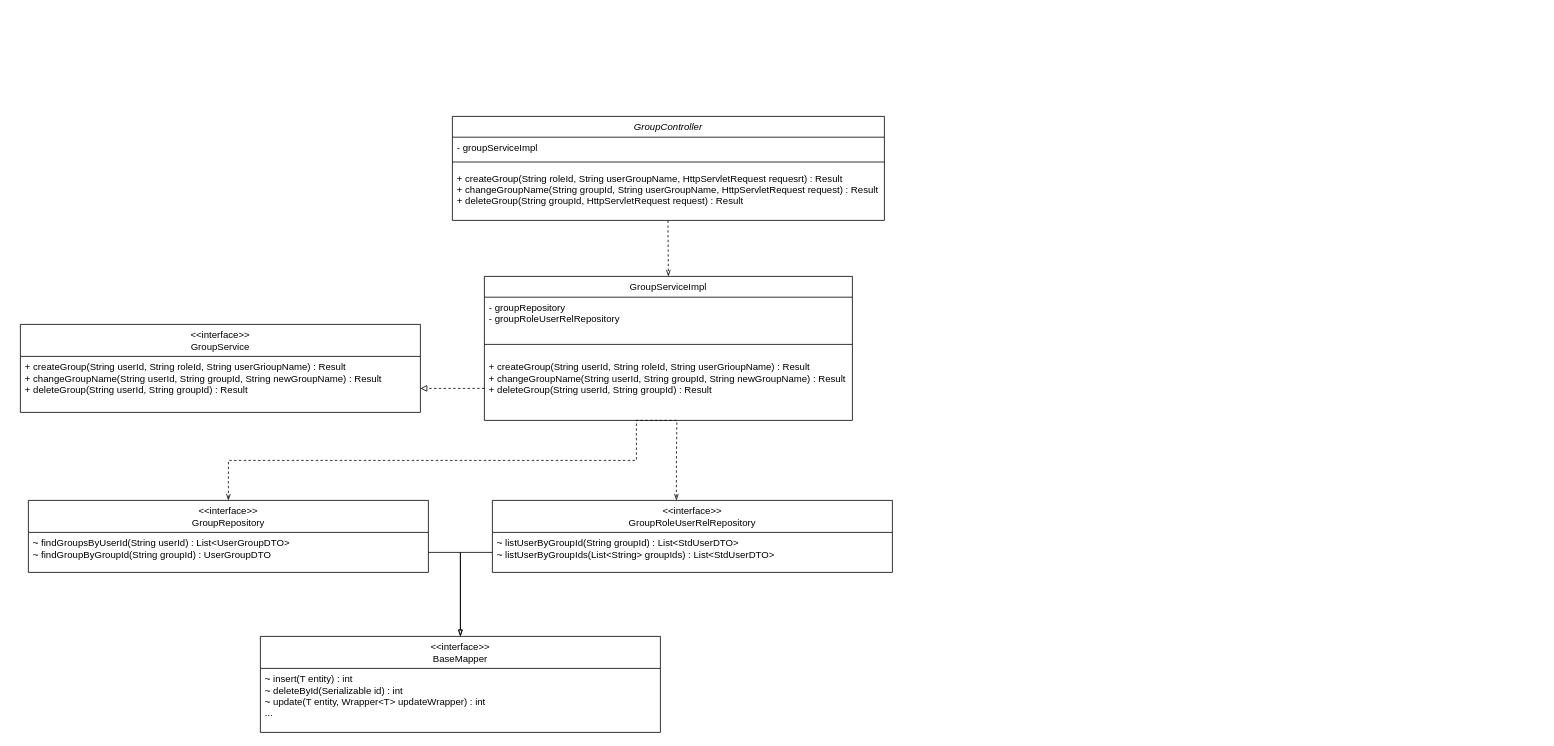
This is 文本管理1.drawio from come-on-reader/draw-io, a draw.io file, before an edit. Source tidied: cells renumbered, new cells numbered last; positions are measured from the earlier drawing's top-left corner, leaving out a move shared by most shapes. Both pictures are drawn from the tidied source at 80%, with x=0, y=0 at pixel (20, 116).
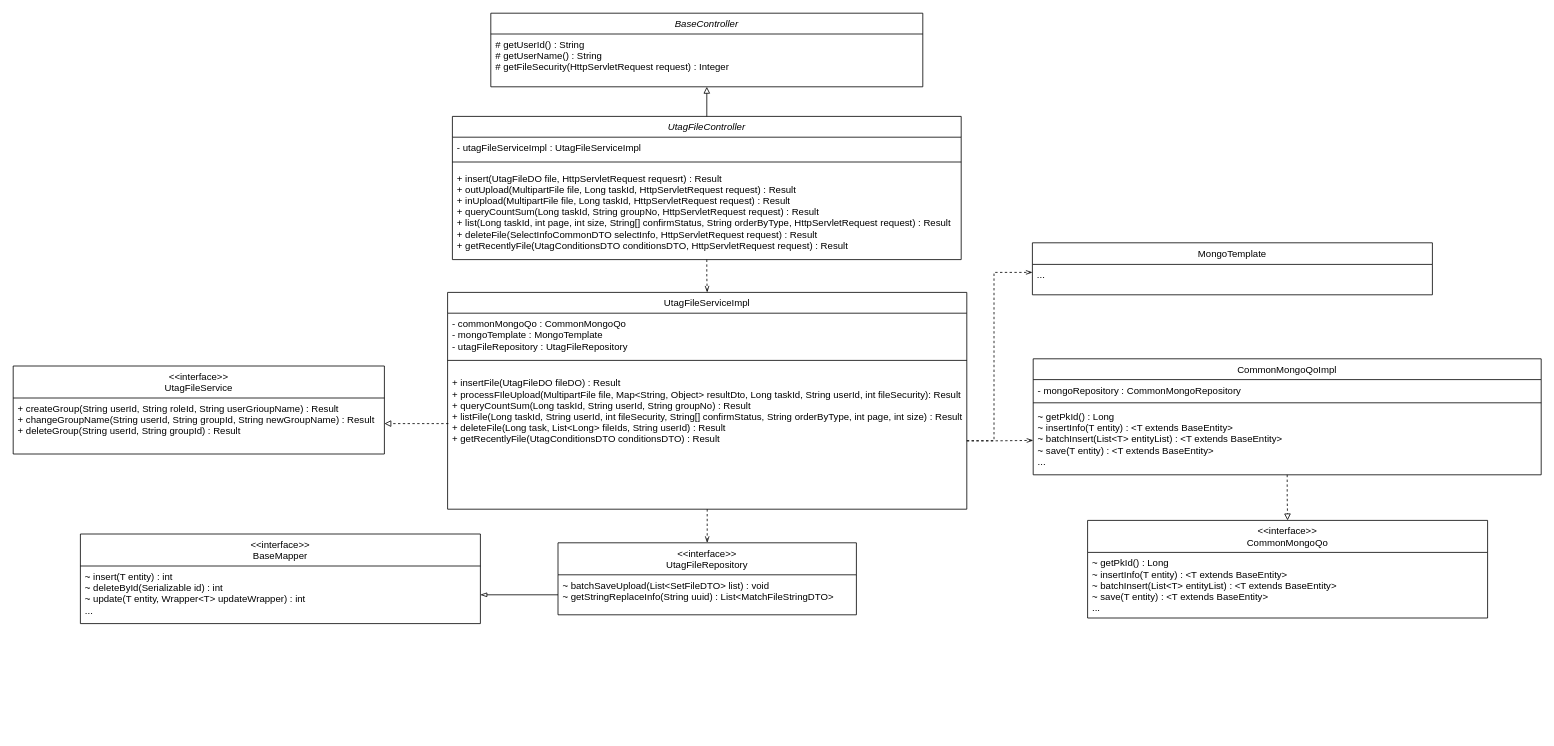
After the change.

Commit message:
更新文本管理1.drawio

Diff of the diagram source:
```diff
@@
+    <mxCell id="24" style="edgeStyle=orthogonalEdgeStyle;rounded=0;jettySize=auto;html=1;entryX=0.5;entryY=0;entryDx=0;entryDy=0;dashed=1;endArrow=openThin;endFill=0;" parent="1" edge="1" source="2" target="6">
+      <mxGeometry relative="1" as="geometry" />
+    </mxCell>
-    <mxCell id="2" value=" GroupController" style="swimlane;fontStyle=2;align=center;verticalAlign=top;horizontal=1;startSize=26;rounded=0;shadow=0;strokeWidth=1;" parent="1" vertex="1">
-      <mxGeometry x="540" width="540" height="130" as="geometry" />
+    <mxCell id="2" value="UtagFileController" style="swimlane;fontStyle=2;align=center;verticalAlign=top;horizontal=1;startSize=26;rounded=0;shadow=0;strokeWidth=1;" parent="1" vertex="1">
+      <mxGeometry x="540" width="636" height="179" as="geometry" />
     </mxCell>
-    <mxCell id="3" value="- groupServiceImpl" style="text;align=left;verticalAlign=top;spacingLeft=4;spacingRight=4;overflow=hidden;" parent="2" vertex="1">
-      <mxGeometry y="26" width="540" height="24" as="geometry" />
+    <mxCell id="3" value="- utagFileServiceImpl : UtagFileServiceImpl" style="text;align=left;verticalAlign=top;spacingLeft=4;spacingRight=4;overflow=hidden;" parent="2" vertex="1">
+      <mxGeometry y="26" width="636" height="24" as="geometry" />
     </mxCell>
     <mxCell id="4" style="line;html=1;strokeWidth=1;align=left;verticalAlign=middle;spacingTop=-1;spacingLeft=3;spacingRight=3;labelPosition=right;" parent="2" vertex="1">
-      <mxGeometry y="50" width="540" height="14" as="geometry" />
+      <mxGeometry y="50" width="636" height="14" as="geometry" />
     </mxCell>
-    <mxCell id="5" value="+ createGroup(String roleId, String userGroupName, HttpServletRequest requesrt) : Result&#10;+ changeGroupName(String groupId, String userGroupName, HttpServletRequest request) : Result&#10;+ deleteGroup(String groupId, HttpServletRequest request) : Result" style="text;align=left;verticalAlign=top;spacingLeft=4;spacingRight=4;overflow=hidden;points=[[0,0.5],[1,0.5]];portConstraint=eastwest;" parent="2" vertex="1">
-      <mxGeometry y="64" width="540" height="66" as="geometry" />
+    <mxCell id="5" value="+ insert(UtagFileDO file, HttpServletRequest requesrt) : Result&#10;+ outUpload(MultipartFile file, Long taskId, HttpServletRequest request) : Result&#10;+ inUpload(MultipartFile file, Long taskId, HttpServletRequest request) : Result&#10;+ queryCountSum(Long taskId, String groupNo, HttpServletRequest request) : Result&#10;+ list(Long taskId, int page, int size, String[] confirmStatus, String orderByType, HttpServletRequest request) : Result&#10;+ deleteFile(SelectInfoCommonDTO selectInfo, HttpServletRequest request) : Result&#10;+ getRecentlyFile(UtagConditionsDTO conditionsDTO, HttpServletRequest request) : Result" style="text;align=left;verticalAlign=top;spacingLeft=4;spacingRight=4;overflow=hidden;points=[[0,0.5],[1,0.5]];portConstraint=eastwest;" parent="2" vertex="1">
+      <mxGeometry y="64" width="636" height="112" as="geometry" />
     </mxCell>
+    <mxCell id="25" style="edgeStyle=orthogonalEdgeStyle;rounded=0;jettySize=auto;html=1;endArrow=openThin;endFill=0;dashed=1;" parent="1" edge="1" source="6" target="16">
+      <mxGeometry relative="1" as="geometry" />
+    </mxCell>
-    <mxCell id="6" value="GroupServiceImpl" style="swimlane;fontStyle=0;align=center;verticalAlign=top;horizontal=1;startSize=26;rounded=0;shadow=0;strokeWidth=1;" parent="1" vertex="1">
-      <mxGeometry x="580" y="200" width="460" height="180" as="geometry" />
+    <mxCell id="6" value="UtagFileServiceImpl" style="swimlane;fontStyle=0;align=center;verticalAlign=top;horizontal=1;startSize=26;rounded=0;shadow=0;strokeWidth=1;" parent="1" vertex="1">
+      <mxGeometry x="534" y="220" width="649" height="271" as="geometry" />
     </mxCell>
-    <mxCell id="7" value="- groupRepository&#10;- groupRoleUserRelRepository" style="text;align=left;verticalAlign=top;spacingLeft=4;spacingRight=4;overflow=hidden;" parent="6" vertex="1">
-      <mxGeometry y="26" width="460" height="44" as="geometry" />
+    <mxCell id="7" value="- commonMongoQo : CommonMongoQo&#10;- mongoTemplate : MongoTemplate&#10;- utagFileRepository : UtagFileRepository" style="text;align=left;verticalAlign=top;spacingLeft=4;spacingRight=4;overflow=hidden;" parent="6" vertex="1">
+      <mxGeometry y="26" width="649" height="44" as="geometry" />
     </mxCell>
     <mxCell id="8" style="line;html=1;strokeWidth=1;align=left;verticalAlign=middle;spacingTop=-1;spacingLeft=3;spacingRight=3;labelPosition=right;" parent="6" vertex="1">
-      <mxGeometry y="70" width="460" height="30" as="geometry" />
+      <mxGeometry y="70" width="649" height="30" as="geometry" />
     </mxCell>
-    <mxCell id="9" value="+ createGroup(String userId, String roleId, String userGrioupName) : Result&#10;+ changeGroupName(String userId, String groupId, String newGroupName) : Result&#10;+ deleteGroup(String userId, String groupId) : Result" style="text;align=left;verticalAlign=top;spacingLeft=4;spacingRight=4;overflow=hidden;points=[[0,0.5],[1,0.5]];portConstraint=eastwest;" parent="6" vertex="1">
-      <mxGeometry y="100" width="460" height="80" as="geometry" />
+    <mxCell id="9" value="+ insertFile(UtagFileDO fileDO) : Result&#10;+ processFIleUpload(MultipartFile file, Map&lt;String, Object&gt; resultDto, Long taskId, String userId, int fileSecurity): Result&#10;+ queryCountSum(Long taskId, String userId, String groupNo) : Result&#10;+ listFile(Long taskId, String userId, int fileSecurity, String[] confirmStatus, String orderByType, int page, int size) : Result&#10;+ deleteFile(Long task, List&lt;Long&gt; fileIds, String userId) : Result&#10;+ getRecentlyFile(UtagConditionsDTO conditionsDTO) : Result" style="text;align=left;verticalAlign=top;spacingLeft=4;spacingRight=4;overflow=hidden;points=[[0,0.5],[1,0.5]];portConstraint=eastwest;" parent="6" vertex="1">
+      <mxGeometry y="100" width="649" height="171" as="geometry" />
     </mxCell>
-    <mxCell id="10" value="&lt;&lt;interface&gt;&gt;&#10;GroupService" style="swimlane;fontStyle=0;align=center;verticalAlign=top;horizontal=1;startSize=40;rounded=0;shadow=0;strokeWidth=1;" parent="1" vertex="1">
-      <mxGeometry y="260" width="500" height="110" as="geometry" />
+    <mxCell id="10" value="&lt;&lt;interface&gt;&gt;&#10;UtagFileService" style="swimlane;fontStyle=0;align=center;verticalAlign=top;horizontal=1;startSize=40;rounded=0;shadow=0;strokeWidth=1;" parent="1" vertex="1">
+      <mxGeometry x="-9" y="312" width="464" height="110" as="geometry" />
     </mxCell>
     <mxCell id="11" value="+ createGroup(String userId, String roleId, String userGrioupName) : Result&#10;+ changeGroupName(String userId, String groupId, String newGroupName) : Result&#10;+ deleteGroup(String userId, String groupId) : Result" style="text;align=left;verticalAlign=top;spacingLeft=4;spacingRight=4;overflow=hidden;" parent="10" vertex="1">
-      <mxGeometry y="40" width="500" height="70" as="geometry" />
+      <mxGeometry y="40" width="464" height="70" as="geometry" />
     </mxCell>
     <mxCell id="12" style="edgeStyle=orthogonalEdgeStyle;rounded=0;orthogonalLoop=1;jettySize=auto;html=1;dashed=1;endArrow=block;endFill=0;" parent="1" edge="1">
       <mxGeometry relative="1" as="geometry">
-        <mxPoint x="580" y="340" as="sourcePoint" />
-        <mxPoint x="500" y="340" as="targetPoint" />
+        <mxPoint x="535" y="384" as="sourcePoint" />
+        <mxPoint x="455" y="384" as="targetPoint" />
         <Array as="points">
-          <mxPoint x="580" y="340" />
-          <mxPoint x="480" y="340" />
+          <mxPoint x="535" y="384" />
+          <mxPoint x="435" y="384" />
         </Array>
       </mxGeometry>
     </mxCell>
-    <mxCell id="13" style="edgeStyle=orthogonalEdgeStyle;rounded=0;jettySize=auto;html=1;exitX=0.499;exitY=1.004;exitDx=0;exitDy=0;entryX=0.5;entryY=0;entryDx=0;entryDy=0;dashed=1;endArrow=openThin;endFill=0;exitPerimeter=0;" parent="1" edge="1" source="5" target="6">
-      <mxGeometry relative="1" as="geometry">
-        <Array as="points">
-          <mxPoint x="810" y="140" />
-          <mxPoint x="810" y="140" />
-        </Array>
-      </mxGeometry>
-    </mxCell>
-    <mxCell id="14" value="&lt;&lt;interface&gt;&gt;&#10;GroupRepository" style="swimlane;fontStyle=0;align=center;verticalAlign=top;horizontal=1;startSize=40;rounded=0;shadow=0;strokeWidth=1;" parent="1" vertex="1">
-      <mxGeometry x="10" y="480" width="500" height="90" as="geometry" />
+    <mxCell id="14" value="&lt;&lt;interface&gt;&gt;&#10;CommonMongoQo" style="swimlane;fontStyle=0;align=center;verticalAlign=top;horizontal=1;startSize=40;rounded=0;shadow=0;strokeWidth=1;" parent="1" vertex="1">
+      <mxGeometry x="1334" y="505" width="500" height="122" as="geometry" />
     </mxCell>
-    <mxCell id="15" value="~ findGroupsByUserId(String userId) : List&lt;UserGroupDTO&gt;&#10;~ findGroupByGroupId(String groupId) : UserGroupDTO" style="text;align=left;verticalAlign=top;spacingLeft=4;spacingRight=4;overflow=hidden;points=[[0,0.5],[1,0.5]];portConstraint=eastwest;" parent="14" vertex="1">
-      <mxGeometry y="40" width="500" height="50" as="geometry" />
+    <mxCell id="15" value="~ getPkId() : Long&#10;~ insertInfo(T entity) : &lt;T extends BaseEntity&gt;&#10;~ batchInsert(List&lt;T&gt; entityList) : &lt;T extends BaseEntity&gt;&#10;~ save(T entity) : &lt;T extends BaseEntity&gt;&#10;..." style="text;align=left;verticalAlign=top;spacingLeft=4;spacingRight=4;overflow=hidden;points=[[0,0.5],[1,0.5]];portConstraint=eastwest;" parent="14" vertex="1">
+      <mxGeometry y="40" width="500" height="82" as="geometry" />
     </mxCell>
-    <mxCell id="16" value="&lt;&lt;interface&gt;&gt;&#10;GroupRoleUserRelRepository" style="swimlane;fontStyle=0;align=center;verticalAlign=top;horizontal=1;startSize=40;rounded=0;shadow=0;strokeWidth=1;" parent="1" vertex="1">
-      <mxGeometry x="590" y="480" width="500" height="90" as="geometry" />
+    <mxCell id="16" value="&lt;&lt;interface&gt;&gt;&#10;UtagFileRepository" style="swimlane;fontStyle=0;align=center;verticalAlign=top;horizontal=1;startSize=40;rounded=0;shadow=0;strokeWidth=1;" parent="1" vertex="1">
+      <mxGeometry x="672" y="533" width="373" height="90" as="geometry" />
     </mxCell>
-    <mxCell id="17" value="~ listUserByGroupId(String groupId) : List&lt;StdUserDTO&gt;&#10;~ listUserByGroupIds(List&lt;String&gt; groupIds) : List&lt;StdUserDTO&gt;" style="text;align=left;verticalAlign=top;spacingLeft=4;spacingRight=4;overflow=hidden;points=[[0,0.5],[1,0.5]];portConstraint=eastwest;" parent="16" vertex="1">
-      <mxGeometry y="40" width="500" height="50" as="geometry" />
+    <mxCell id="17" value="~ batchSaveUpload(List&lt;SetFileDTO&gt; list) : void&#10;~ getStringReplaceInfo(String uuid) : List&lt;MatchFileStringDTO&gt;" style="text;align=left;verticalAlign=top;spacingLeft=4;spacingRight=4;overflow=hidden;points=[[0,0.5],[1,0.5]];portConstraint=eastwest;" parent="16" vertex="1">
+      <mxGeometry y="40" width="373" height="50" as="geometry" />
     </mxCell>
     <mxCell id="18" value="&lt;&lt;interface&gt;&gt;&#10;BaseMapper" style="swimlane;fontStyle=0;align=center;verticalAlign=top;horizontal=1;startSize=40;rounded=0;shadow=0;strokeWidth=1;" parent="1" vertex="1">
-      <mxGeometry x="300" y="650" width="500" height="120" as="geometry" />
+      <mxGeometry x="75" y="522" width="500" height="112" as="geometry" />
     </mxCell>
     <mxCell id="19" value="~ insert(T entity) : int&#10;~ deleteById(Serializable id) : int&#10;~ update(T entity, Wrapper&lt;T&gt; updateWrapper) : int&#10;..." style="text;align=left;verticalAlign=top;spacingLeft=4;spacingRight=4;overflow=hidden;points=[[0,0.5],[1,0.5]];portConstraint=eastwest;" parent="18" vertex="1">
-      <mxGeometry y="40" width="500" height="80" as="geometry" />
+      <mxGeometry y="40" width="500" height="72" as="geometry" />
     </mxCell>
-    <mxCell id="20" style="edgeStyle=orthogonalEdgeStyle;rounded=0;jettySize=auto;html=1;exitX=1;exitY=0.5;exitDx=0;exitDy=0;endArrow=blockThin;endFill=0;" parent="1" edge="1" source="15" target="18">
-      <mxGeometry relative="1" as="geometry" />
-    </mxCell>
-    <mxCell id="21" style="edgeStyle=orthogonalEdgeStyle;rounded=0;jettySize=auto;html=1;exitX=0;exitY=0.5;exitDx=0;exitDy=0;entryX=0.5;entryY=0;entryDx=0;entryDy=0;endArrow=blockThin;endFill=0;" parent="1" edge="1" source="17" target="18">
+    <mxCell id="21" style="edgeStyle=orthogonalEdgeStyle;rounded=0;jettySize=auto;html=1;exitX=0;exitY=0.5;exitDx=0;exitDy=0;entryX=1;entryY=0.5;entryDx=0;entryDy=0;endArrow=blockThin;endFill=0;" parent="1" edge="1" source="17" target="19">
       <mxGeometry relative="1" as="geometry" />
     </mxCell>
-    <mxCell id="22" style="edgeStyle=orthogonalEdgeStyle;rounded=0;jettySize=auto;html=1;exitX=0.523;exitY=1.032;exitDx=0;exitDy=0;dashed=1;endArrow=openThin;endFill=0;exitPerimeter=0;" parent="1" edge="1" source="9">
-      <mxGeometry relative="1" as="geometry">
-        <mxPoint x="820" y="480" as="targetPoint" />
-        <Array as="points">
-          <mxPoint x="821" y="430" />
-          <mxPoint x="820" y="430" />
-          <mxPoint x="820" y="480" />
-        </Array>
-      </mxGeometry>
-    </mxCell>
-    <mxCell id="23" style="edgeStyle=orthogonalEdgeStyle;rounded=0;jettySize=auto;html=1;exitX=0.522;exitY=1;exitDx=0;exitDy=0;dashed=1;endArrow=openThin;endFill=0;exitPerimeter=0;entryX=0.5;entryY=0;entryDx=0;entryDy=0;" parent="1" edge="1" source="9" target="14">
-      <mxGeometry relative="1" as="geometry">
-        <Array as="points">
-          <mxPoint x="770" y="380" />
-          <mxPoint x="770" y="430" />
-          <mxPoint x="260" y="430" />
-        </Array>
-      </mxGeometry>
-    </mxCell>
+    <mxCell id="26" value="BaseController" style="swimlane;fontStyle=2;align=center;verticalAlign=top;horizontal=1;startSize=26;rounded=0;shadow=0;strokeWidth=1;" parent="1" vertex="1">
+      <mxGeometry x="588" y="-129" width="540" height="92" as="geometry" />
+    </mxCell>
+    <mxCell id="27" value="# getUserId() : String&#10;# getUserName() : String&#10;# getFileSecurity(HttpServletRequest request) : Integer" style="text;align=left;verticalAlign=top;spacingLeft=4;spacingRight=4;overflow=hidden;" parent="26" vertex="1">
+      <mxGeometry y="26" width="540" height="66" as="geometry" />
+    </mxCell>
+    <mxCell id="28" style="edgeStyle=orthogonalEdgeStyle;rounded=0;jettySize=auto;html=1;exitX=0.5;exitY=0;exitDx=0;exitDy=0;endArrow=block;endFill=0;entryX=0.5;entryY=1;entryDx=0;entryDy=0;" parent="1" edge="1" source="2" target="26">
+      <mxGeometry relative="1" as="geometry" />
+    </mxCell>
+    <mxCell id="29" value="MongoTemplate" style="swimlane;fontStyle=0;align=center;verticalAlign=top;horizontal=1;startSize=27;rounded=0;shadow=0;strokeWidth=1;" parent="1" vertex="1">
+      <mxGeometry x="1265" y="158" width="500" height="65" as="geometry" />
+    </mxCell>
+    <mxCell id="30" value="..." style="text;align=left;verticalAlign=top;spacingLeft=4;spacingRight=4;overflow=hidden;points=[[0,0.5],[1,0.5]];portConstraint=eastwest;" parent="29" vertex="1">
+      <mxGeometry y="27" width="500" height="38" as="geometry" />
+    </mxCell>
+    <mxCell id="31" style="edgeStyle=orthogonalEdgeStyle;rounded=0;jettySize=auto;html=1;dashed=1;endArrow=block;endFill=0;" parent="1" edge="1" source="32" target="14">
+      <mxGeometry relative="1" as="geometry" />
+    </mxCell>
+    <mxCell id="32" value="CommonMongoQoImpl" style="swimlane;fontStyle=0;align=center;verticalAlign=top;horizontal=1;startSize=26;rounded=0;shadow=0;strokeWidth=1;" parent="1" vertex="1">
+      <mxGeometry x="1266" y="303" width="635" height="145" as="geometry" />
+    </mxCell>
+    <mxCell id="33" value="- mongoRepository : CommonMongoRepository" style="text;align=left;verticalAlign=top;spacingLeft=4;spacingRight=4;overflow=hidden;" parent="32" vertex="1">
+      <mxGeometry y="26" width="635" height="25" as="geometry" />
+    </mxCell>
+    <mxCell id="34" style="line;html=1;strokeWidth=1;align=left;verticalAlign=middle;spacingTop=-1;spacingLeft=3;spacingRight=3;labelPosition=right;" parent="32" vertex="1">
+      <mxGeometry y="51" width="635" height="8" as="geometry" />
+    </mxCell>
+    <mxCell id="35" value="~ getPkId() : Long&#10;~ insertInfo(T entity) : &lt;T extends BaseEntity&gt;&#10;~ batchInsert(List&lt;T&gt; entityList) : &lt;T extends BaseEntity&gt;&#10;~ save(T entity) : &lt;T extends BaseEntity&gt;&#10;..." style="text;align=left;verticalAlign=top;spacingLeft=4;spacingRight=4;overflow=hidden;points=[[0,0.5],[1,0.5]];portConstraint=eastwest;" parent="32" vertex="1">
+      <mxGeometry y="59" width="635" height="86" as="geometry" />
+    </mxCell>
+    <mxCell id="36" style="edgeStyle=orthogonalEdgeStyle;rounded=0;jettySize=auto;html=1;endArrow=openThin;endFill=0;dashed=1;exitX=1;exitY=0.5;exitDx=0;exitDy=0;" parent="1" edge="1" source="9" target="35">
+      <mxGeometry relative="1" as="geometry" />
+    </mxCell>
+    <mxCell id="37" style="edgeStyle=orthogonalEdgeStyle;rounded=0;jettySize=auto;html=1;endArrow=openThin;endFill=0;dashed=1;exitX=1;exitY=0.5;exitDx=0;exitDy=0;" parent="1" edge="1" source="9" target="30">
+      <mxGeometry relative="1" as="geometry">
+        <Array as="points">
+          <mxPoint x="1217" y="406" />
+          <mxPoint x="1217" y="195" />
+        </Array>
+      </mxGeometry>
+    </mxCell>
```
